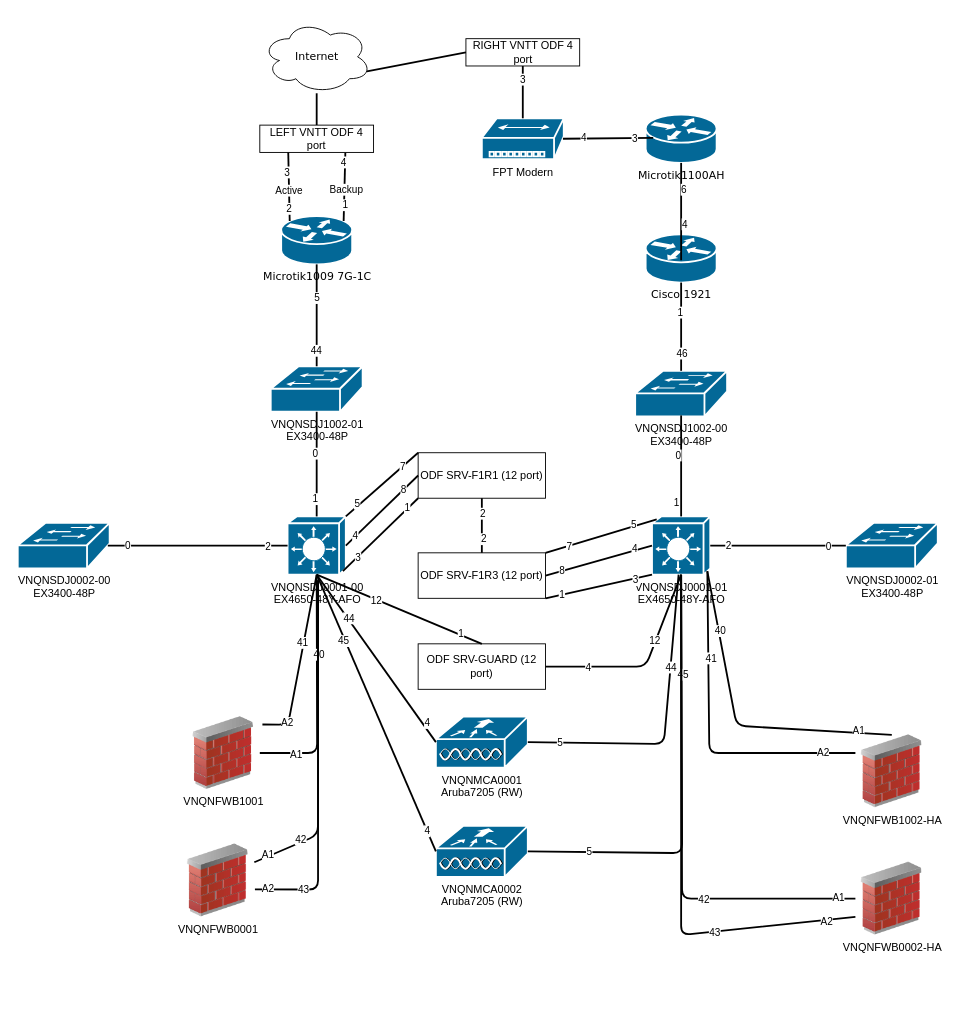
Before: page "Server room" (1 of 3) of Untitled Diagram.drawio in zalai/demo, a draw.io diagram. Source tidied: cells renumbered, new cells numbered last; positions are measured from the earlier drawing's top-left corner, leaving out a move shared by most shapes. Both pictures are drawn from the tidied source at 91%, with x=0, y=0 at pixel (17, 20).
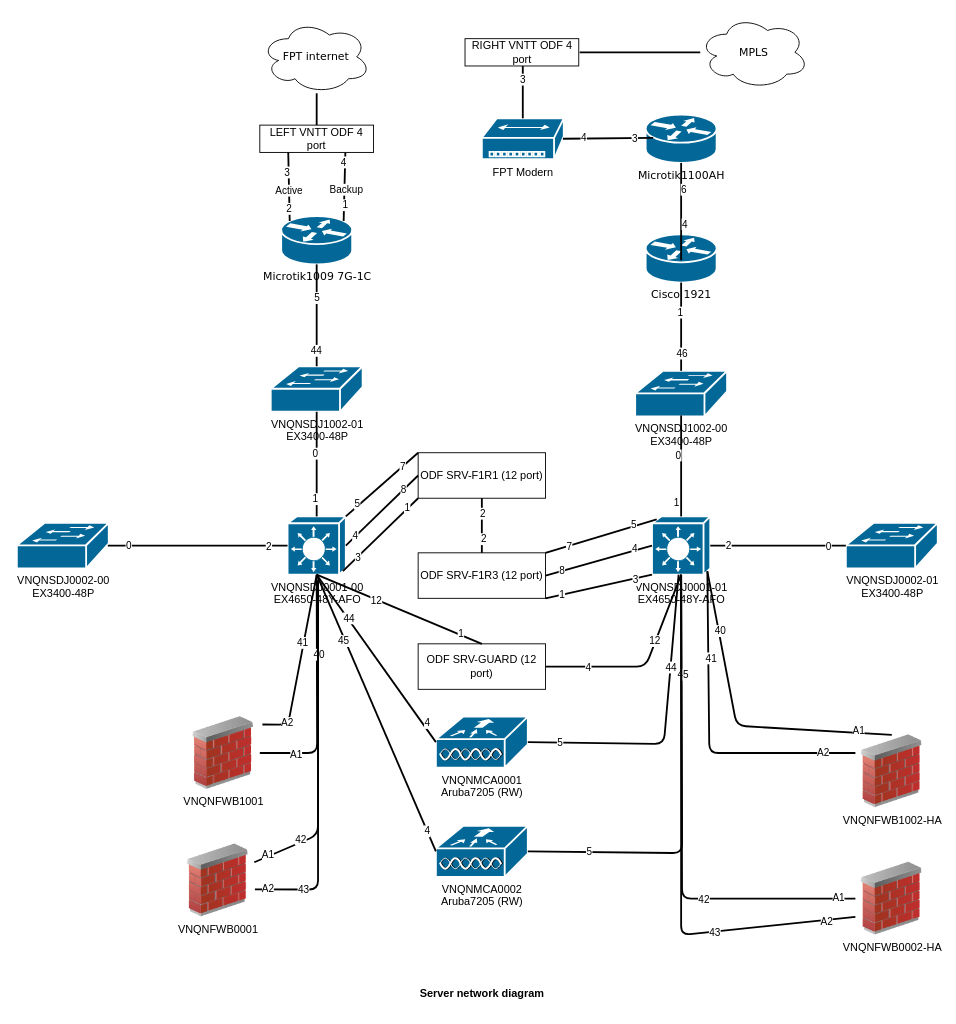
The same page after the edit.

Unchanged cells that the change refers to:
```xml
<mxCell id="8" value="VNQNSDJ0001-00&lt;br&gt;EX4650-48Y-AFO" style="shape=mxgraph.cisco.switches.layer_3_switch;sketch=0;html=1;dashed=0;fillColor=#036897;strokeColor=#ffffff;strokeWidth=2;verticalLabelPosition=bottom;verticalAlign=top;align=center;outlineConnect=0;" parent="1" vertex="1">
  <mxGeometry x="296.5" y="545" width="64" height="64" as="geometry" />
</mxCell>
<mxCell id="9" value="FPT Modern" style="shape=mxgraph.cisco.hubs_and_gateways.small_hub;sketch=0;html=1;dashed=0;fillColor=#036897;strokeColor=#ffffff;strokeWidth=2;verticalLabelPosition=bottom;verticalAlign=top;align=center;outlineConnect=0;" parent="1" vertex="1">
  <mxGeometry x="510" y="107.5" width="90" height="45" as="geometry" />
</mxCell>
<mxCell id="15" value="LEFT VNTT ODF 4 port" style="rounded=0;whiteSpace=wrap;html=1;" parent="1" vertex="1">
  <mxGeometry x="266" y="115" width="125" height="30" as="geometry" />
</mxCell>
```

What changed in the source:
```diff
@@
-    <mxCell id="2" value="Internet" style="ellipse;shape=cloud;whiteSpace=wrap;html=1;rounded=0;shadow=0;comic=0;strokeWidth=1;fontFamily=Verdana;fontSize=12;" parent="1" vertex="1">
-      <mxGeometry x="268.5" width="120" height="80" as="geometry" />
+    <mxCell id="2" value="FPT internet" style="ellipse;shape=cloud;whiteSpace=wrap;html=1;rounded=0;shadow=0;comic=0;strokeWidth=1;fontFamily=Verdana;fontSize=12;" parent="1" vertex="1">
+      <mxGeometry x="267.5" width="120" height="80" as="geometry" />
     </mxCell>
@@
-    <mxCell id="4" style="edgeStyle=none;html=1;labelBackgroundColor=none;startFill=0;endArrow=none;endFill=0;strokeWidth=2;fontFamily=Verdana;fontSize=12;exitX=0.5;exitY=0;exitDx=0;exitDy=0;" parent="1" edge="1" source="15" target="2">
-      <mxGeometry relative="1" as="geometry" />
+    <mxCell id="4" style="edgeStyle=none;html=1;labelBackgroundColor=none;startFill=0;endArrow=none;endFill=0;strokeWidth=2;fontFamily=Verdana;fontSize=12;exitX=0.5;exitY=0;exitDx=0;exitDy=0;" parent="1" edge="1" source="15">
+      <mxGeometry relative="1" as="geometry">
+        <mxPoint x="328.5" y="80" as="targetPoint" />
+      </mxGeometry>
     </mxCell>
@@
     <mxCell id="20" value="VNQNSDJ0002-00&lt;br&gt;EX3400-48P" style="shape=mxgraph.cisco.switches.workgroup_switch;sketch=0;html=1;dashed=0;fillColor=#036897;strokeColor=#ffffff;strokeWidth=2;verticalLabelPosition=bottom;verticalAlign=top;align=center;outlineConnect=0;" parent="1" vertex="1">
-      <mxGeometry y="552" width="101" height="50" as="geometry" />
+      <mxGeometry x="-1" y="552" width="101" height="50" as="geometry" />
     </mxCell>
@@
-    <mxCell id="32" style="rounded=0;jettySize=auto;html=1;strokeWidth=2;endArrow=none;endFill=0;exitX=0.5;exitY=1;exitDx=0;exitDy=0;" parent="1" edge="1" source="121" target="9">
-      <mxGeometry relative="1" as="geometry" />
+    <mxCell id="32" style="rounded=0;jettySize=auto;html=1;strokeWidth=2;endArrow=none;endFill=0;exitX=0.5;exitY=1;exitDx=0;exitDy=0;" parent="1" edge="1" target="9">
+      <mxGeometry relative="1" as="geometry">
+        <mxPoint x="555" y="50" as="sourcePoint" />
+      </mxGeometry>
     </mxCell>
@@
-    <mxCell id="49" style="edgeStyle=none;html=1;labelBackgroundColor=none;startFill=0;endArrow=none;endFill=0;strokeWidth=2;fontFamily=Verdana;fontSize=12;exitX=0.98;exitY=0.5;exitDx=0;exitDy=0;entryX=0;entryY=0.5;entryDx=0;entryDy=0;entryPerimeter=0;exitPerimeter=0;" parent="1" edge="1" source="20" target="8">
-      <mxGeometry relative="1" as="geometry" />
+    <mxCell id="49" style="edgeStyle=none;html=1;labelBackgroundColor=none;startFill=0;endArrow=none;endFill=0;strokeWidth=2;fontFamily=Verdana;fontSize=12;exitX=0.98;exitY=0.5;exitDx=0;exitDy=0;entryX=0;entryY=0.5;entryDx=0;entryDy=0;entryPerimeter=0;exitPerimeter=0;" parent="1" edge="1" target="8">
+      <mxGeometry relative="1" as="geometry">
+        <mxPoint x="99" y="577" as="sourcePoint" />
+      </mxGeometry>
     </mxCell>
@@
+    <mxCell id="123" style="edgeStyle=orthogonalEdgeStyle;rounded=0;orthogonalLoop=1;jettySize=auto;html=1;exitX=1;exitY=0.5;exitDx=0;exitDy=0;endArrow=none;endFill=0;strokeWidth=2;" parent="1" edge="1">
+      <mxGeometry relative="1" as="geometry">
+        <mxPoint x="617.5" y="35" as="sourcePoint" />
+        <mxPoint x="750" y="35" as="targetPoint" />
+      </mxGeometry>
+    </mxCell>
     <mxCell id="121" value="RIGHT VNTT ODF 4 port" style="rounded=0;whiteSpace=wrap;html=1;" parent="1" vertex="1">
-      <mxGeometry x="492.5" y="20" width="125" height="30" as="geometry" />
+      <mxGeometry x="491.5" y="20" width="125" height="30" as="geometry" />
     </mxCell>
-    <mxCell id="122" style="edgeStyle=none;html=1;labelBackgroundColor=none;startFill=0;endArrow=none;endFill=0;strokeWidth=2;fontFamily=Verdana;fontSize=12;exitX=0.96;exitY=0.7;exitDx=0;exitDy=0;entryX=0;entryY=0.5;entryDx=0;entryDy=0;exitPerimeter=0;" parent="1" edge="1" source="2" target="121">
-      <mxGeometry relative="1" as="geometry" />
-    </mxCell>
+    <mxCell id="124" value="MPLS" style="ellipse;shape=cloud;whiteSpace=wrap;html=1;rounded=0;shadow=0;comic=0;strokeWidth=1;fontFamily=Verdana;fontSize=12;" parent="1" vertex="1">
+      <mxGeometry x="749" y="-5" width="120" height="80" as="geometry" />
+    </mxCell>
+    <mxCell id="125" value="Server network diagram" style="text;html=1;align=center;verticalAlign=middle;strokeColor=none;fillColor=none;fontStyle=1;" parent="1" vertex="1">
+      <mxGeometry x="430" y="1055" width="160" height="30" as="geometry" />
+    </mxCell>
```
